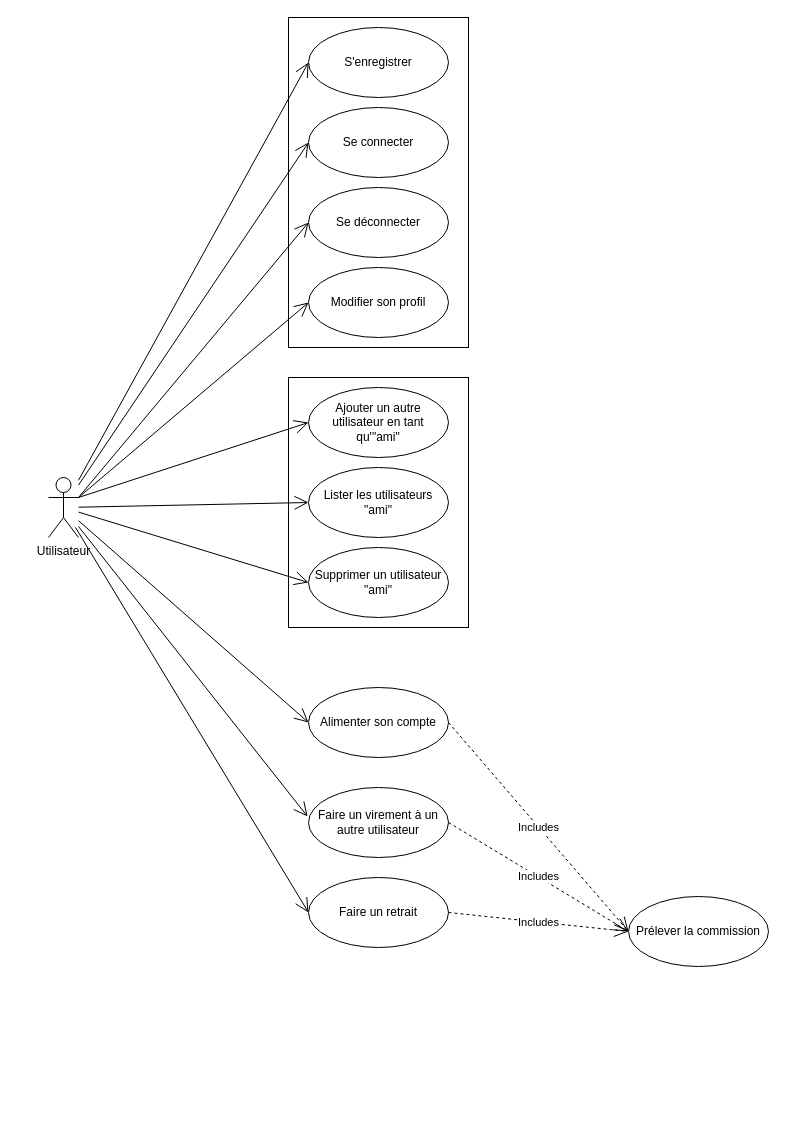
Before: page "Cas_d_utilisations" (1 of 2) of PayMyBuddy_diagrams.drawio in xhxcx/PayMyBuddy, a draw.io diagram. Source tidied: cells renumbered, new cells numbered last; positions are measured from the earlier drawing's top-left corner, leaving out a move shared by most shapes. Both pictures are drawn from the tidied source at 100%, with x=0, y=0 at pixel (48, 17).
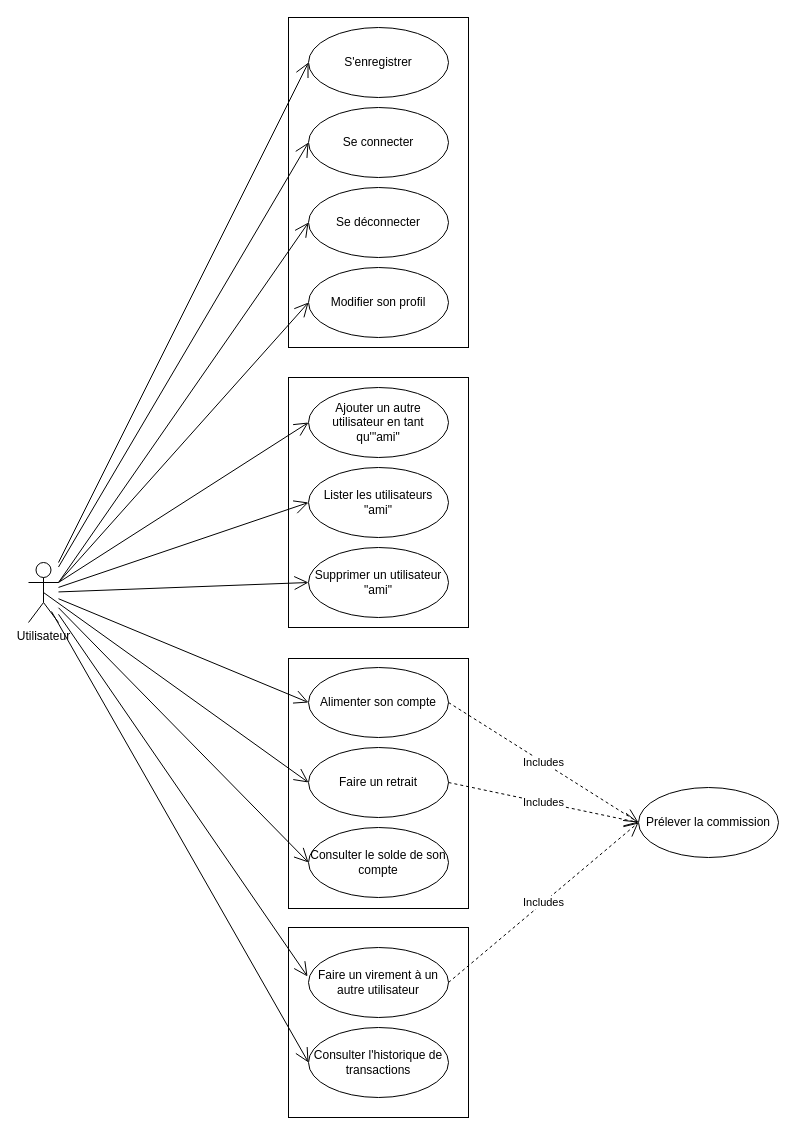
Above is the later version.

Change to the diagram source:
```diff
@@
+    <mxCell id="29" style="rounded=0;whiteSpace=wrap;html=1;" parent="1" vertex="1">
+      <mxGeometry x="240" y="910" width="180" height="190" as="geometry" />
+    </mxCell>
+    <mxCell id="30" style="rounded=0;whiteSpace=wrap;html=1;" parent="1" vertex="1">
+      <mxGeometry x="240" y="641" width="180" height="250" as="geometry" />
+    </mxCell>
@@
     <mxCell id="4" value="Utilisateur" style="shape=umlActor;verticalLabelPosition=bottom;verticalAlign=top;html=1;" parent="1" vertex="1">
-      <mxGeometry y="460" width="30" height="60" as="geometry" />
+      <mxGeometry x="-20" y="545" width="30" height="60" as="geometry" />
     </mxCell>
@@
     <mxCell id="9" value="Alimenter son compte" style="ellipse;whiteSpace=wrap;html=1;" parent="1" vertex="1">
-      <mxGeometry x="260" y="670" width="140" height="70" as="geometry" />
+      <mxGeometry x="260" y="650" width="140" height="70" as="geometry" />
     </mxCell>
     <mxCell id="10" value="Faire un virement à un autre utilisateur" style="ellipse;whiteSpace=wrap;html=1;" parent="1" vertex="1">
-      <mxGeometry x="260" y="770" width="140" height="70" as="geometry" />
+      <mxGeometry x="260" y="930" width="140" height="70" as="geometry" />
     </mxCell>
     <mxCell id="11" value="Faire un retrait" style="ellipse;whiteSpace=wrap;html=1;" parent="1" vertex="1">
-      <mxGeometry x="260" y="860" width="140" height="70" as="geometry" />
+      <mxGeometry x="260" y="730" width="140" height="70" as="geometry" />
     </mxCell>
     <mxCell id="12" value="Prélever la commission" style="ellipse;whiteSpace=wrap;html=1;" parent="1" vertex="1">
-      <mxGeometry x="580" y="879" width="140" height="70" as="geometry" />
+      <mxGeometry x="590" y="770" width="140" height="70" as="geometry" />
     </mxCell>
@@
-    <mxCell id="22" style="endArrow=open;endFill=1;endSize=12;html=1;entryX=0;entryY=0.5;entryDx=0;entryDy=0;exitX=0.9;exitY=0.833;exitDx=0;exitDy=0;exitPerimeter=0;" parent="1" edge="1" source="4" target="11">
+    <mxCell id="22" style="endArrow=open;endFill=1;endSize=12;html=1;entryX=0;entryY=0.5;entryDx=0;entryDy=0;exitX=0.5;exitY=0.5;exitDx=0;exitDy=0;exitPerimeter=0;" parent="1" edge="1" source="4" target="11">
       <mxGeometry relative="1" as="geometry" />
     </mxCell>
@@
+    <mxCell id="31" value="Consulter l'historique de transactions" style="ellipse;whiteSpace=wrap;html=1;" parent="1" vertex="1">
+      <mxGeometry x="260" y="1010" width="140" height="70" as="geometry" />
+    </mxCell>
+    <mxCell id="32" value="Consulter le solde de son compte" style="ellipse;whiteSpace=wrap;html=1;" parent="1" vertex="1">
+      <mxGeometry x="260" y="810" width="140" height="70" as="geometry" />
+    </mxCell>
+    <mxCell id="33" style="endArrow=open;endFill=1;endSize=12;html=1;entryX=0;entryY=0.5;entryDx=0;entryDy=0;" parent="1" edge="1" source="4" target="32">
+      <mxGeometry relative="1" as="geometry" />
+    </mxCell>
+    <mxCell id="34" style="endArrow=open;endFill=1;endSize=12;html=1;entryX=0;entryY=0.5;entryDx=0;entryDy=0;exitX=0.767;exitY=0.817;exitDx=0;exitDy=0;exitPerimeter=0;" parent="1" edge="1" source="4" target="31">
+      <mxGeometry relative="1" as="geometry" />
+    </mxCell>
```
